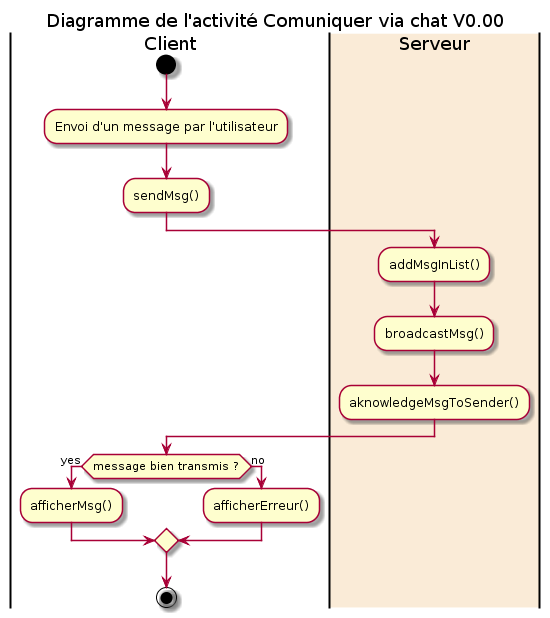
Earlier version of the PlantUML export DC/diagrammes/activity-sendMsg-diag.png (gdarchen/WhatsASI).
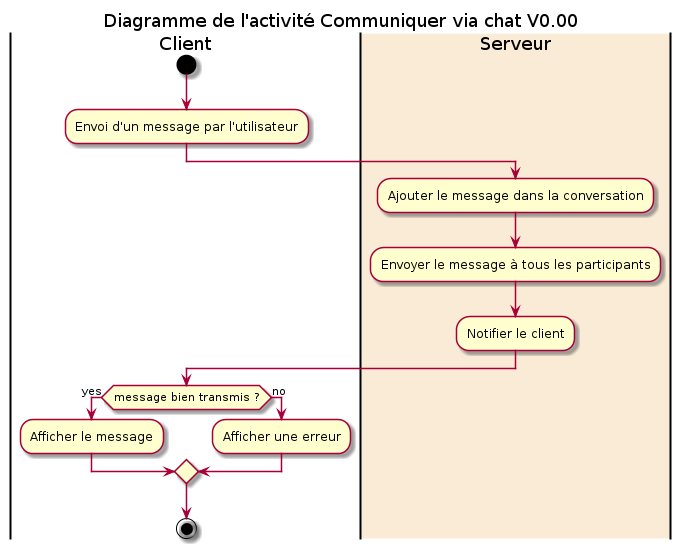
The same file after the commit.

What changed in the source:
```diff
@@ -1,19 +1,18 @@
 @startuml
-title Diagramme de l'activité Comuniquer via chat V0.00
+title Diagramme de l'activité Communiquer via chat V0.00
 
 |Client|
 start
 :Envoi d'un message par l'utilisateur;
-:sendMsg();
 |#AntiqueWhite|Serveur|
-:addMsgInList();
-:broadcastMsg();
-:aknowledgeMsgToSender();
+:Ajouter le message dans la conversation;
+:Envoyer le message à tous les participants;
+:Notifier le client;
 |Client|
 if (message bien transmis ?) then (yes)
-:afficherMsg();
+:Afficher le message;
 else(no)
-:afficherErreur();
+:Afficher une erreur;
 endif
 stop
 @enduml
```
